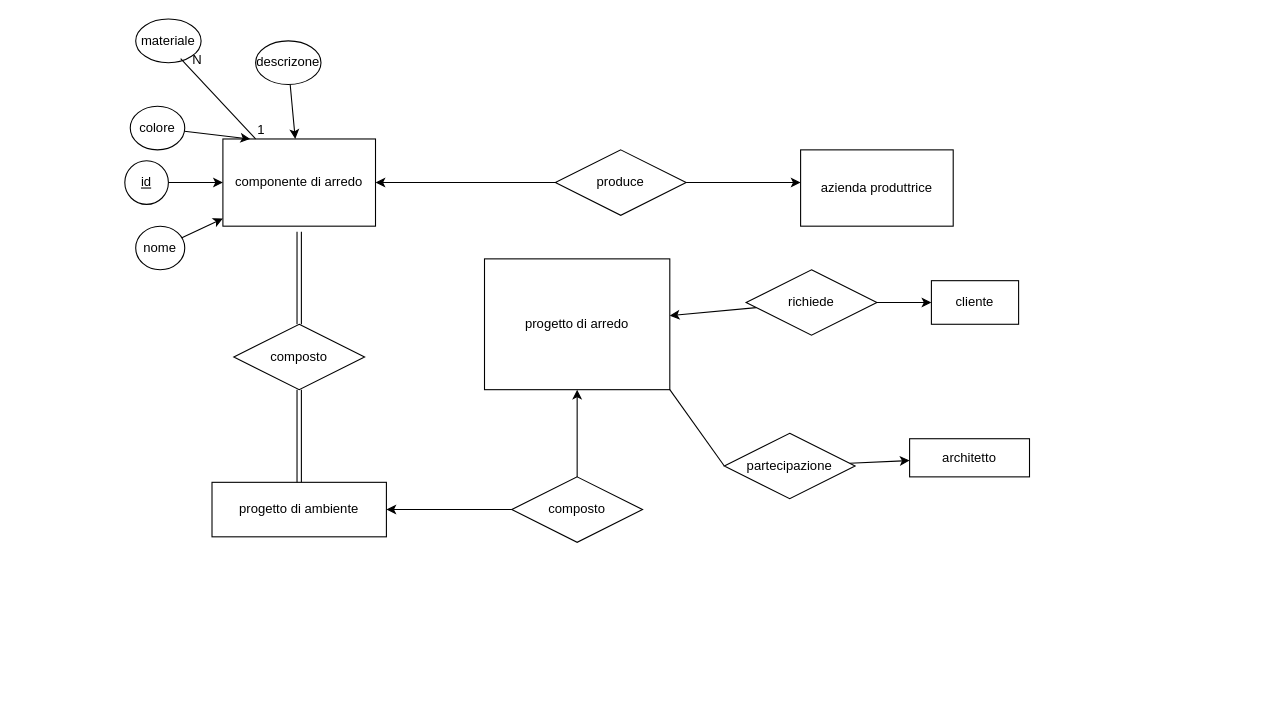
CristianoRoman/ProgettoBasi keeps this draw.io diagram as Untitled Diagram.drawio. Above is the earlier version. Source tidied: cells renumbered, new cells numbered last; positions are measured from the earlier drawing's top-left corner, leaving out a move shared by most shapes. Both pictures are drawn from the tidied source at 109%, with x=0, y=0 at pixel (26, 19).
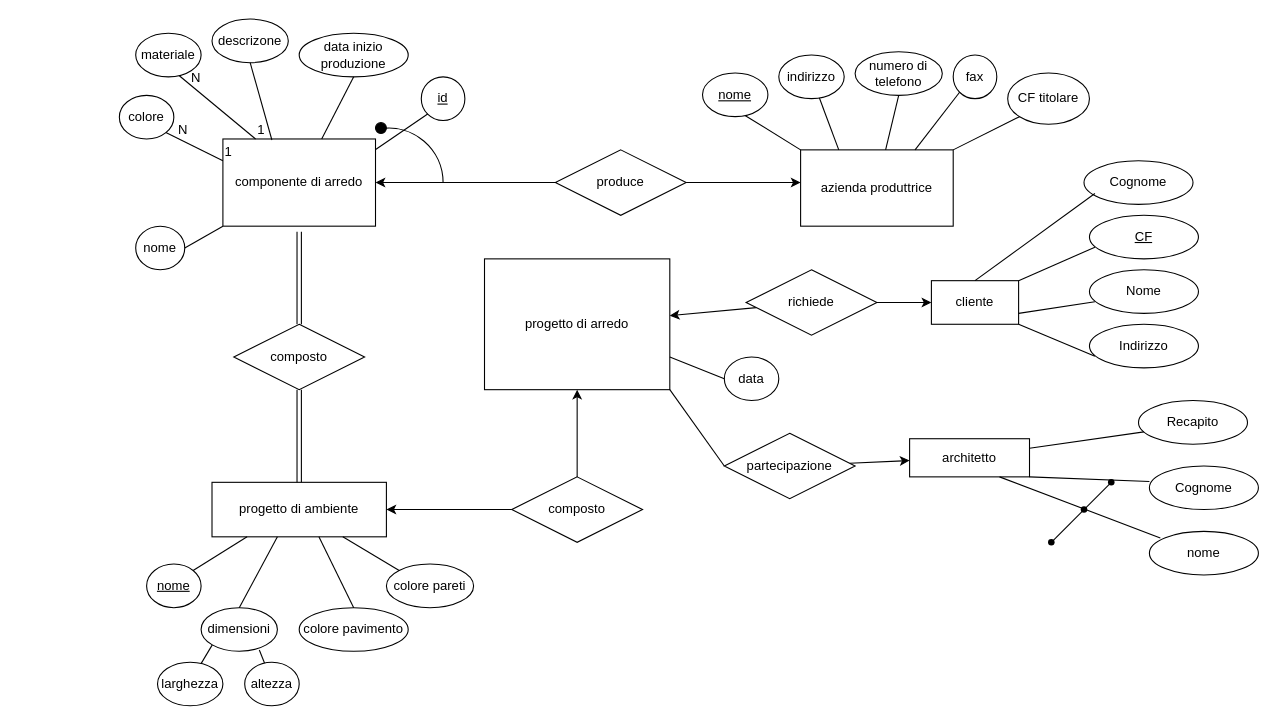
The same diagram, later.

The change refers to these unchanged cells:
```xml
<mxCell id="2" value="componente di arredo" style="whiteSpace=wrap;html=1;align=center;direction=west;" parent="1" vertex="1">
  <mxGeometry x="180" y="110" width="140" height="80" as="geometry" />
</mxCell>
<mxCell id="3" value="azienda produttrice" style="whiteSpace=wrap;html=1;align=center;" parent="1" vertex="1">
  <mxGeometry x="710" y="120" width="140" height="70" as="geometry" />
</mxCell>
<mxCell id="4" value="progetto di arredo" style="whiteSpace=wrap;html=1;align=center;" parent="1" vertex="1">
  <mxGeometry x="420" y="220" width="170" height="120" as="geometry" />
</mxCell>
<mxCell id="5" value="progetto di ambiente" style="whiteSpace=wrap;html=1;align=center;" parent="1" vertex="1">
  <mxGeometry x="170" y="425" width="160" height="50" as="geometry" />
</mxCell>
<mxCell id="6" value="cliente" style="whiteSpace=wrap;html=1;align=center;" parent="1" vertex="1">
  <mxGeometry x="830" y="240" width="80" height="40" as="geometry" />
</mxCell>
<mxCell id="7" value="architetto" style="whiteSpace=wrap;html=1;align=center;" parent="1" vertex="1">
  <mxGeometry x="810" y="385" width="110" height="35" as="geometry" />
</mxCell>
<mxCell id="32" value="nome" style="ellipse;whiteSpace=wrap;html=1;align=center;" parent="1" vertex="1">
  <mxGeometry x="100" y="190" width="45" height="40" as="geometry" />
</mxCell>
```

Change to the diagram source:
```diff
@@
     <mxCell id="25" style="edgeStyle=none;rounded=0;orthogonalLoop=1;jettySize=auto;html=1;exitX=0;exitY=0.5;exitDx=0;exitDy=0;" parent="1" edge="1">
       <mxGeometry relative="1" as="geometry">
-        <mxPoint y="100" as="sourcePoint" />
-        <mxPoint y="100" as="targetPoint" />
+        <mxPoint x="212" y="160" as="sourcePoint" />
+        <mxPoint x="212" y="160" as="targetPoint" />
       </mxGeometry>
     </mxCell>
-    <mxCell id="26" style="edgeStyle=none;rounded=0;jettySize=auto;html=1;entryX=0.821;entryY=1;entryDx=0;entryDy=0;entryPerimeter=0;" parent="1" edge="1" source="30" target="2">
-      <mxGeometry relative="1" as="geometry" />
-    </mxCell>
     <mxCell id="27" value="materiale" style="ellipse;whiteSpace=wrap;html=1;align=center;" parent="1" vertex="1">
-      <mxGeometry x="100" width="60" height="40" as="geometry" />
+      <mxGeometry x="100" y="13" width="60" height="40" as="geometry" />
     </mxCell>
-    <mxCell id="28" style="edgeStyle=none;rounded=0;jettySize=auto;html=1;" parent="1" edge="1" source="29" target="2">
-      <mxGeometry relative="1" as="geometry" />
-    </mxCell>
     <mxCell id="29" value="id" style="ellipse;whiteSpace=wrap;html=1;align=center;fontStyle=4;direction=west;" parent="1" vertex="1">
-      <mxGeometry x="90" y="130" width="40" height="40" as="geometry" />
+      <mxGeometry x="362" y="53" width="40" height="40" as="geometry" />
     </mxCell>
     <mxCell id="30" value="colore" style="ellipse;whiteSpace=wrap;html=1;align=center;" parent="1" vertex="1">
-      <mxGeometry x="95" y="80" width="50" height="40" as="geometry" />
+      <mxGeometry x="85" y="70" width="50" height="40" as="geometry" />
     </mxCell>
-    <mxCell id="31" style="edgeStyle=none;rounded=0;jettySize=auto;html=1;" parent="1" edge="1" source="32" target="2">
-      <mxGeometry relative="1" as="geometry" />
-    </mxCell>
@@
-    <mxCell id="33" style="edgeStyle=none;rounded=0;jettySize=auto;html=1;" parent="1" edge="1" source="34" target="2">
-      <mxGeometry relative="1" as="geometry" />
-    </mxCell>
     <mxCell id="34" value="descrizone" style="ellipse;whiteSpace=wrap;html=1;align=center;" parent="1" vertex="1">
-      <mxGeometry x="210" y="20" width="60" height="40" as="geometry" />
+      <mxGeometry x="170" width="70" height="40" as="geometry" />
     </mxCell>
-    <mxCell id="35" style="endArrow=none;html=1;rounded=0;entryX=0.687;entryY=0.908;entryDx=0;entryDy=0;entryPerimeter=0;" parent="1" edge="1" target="27">
+    <mxCell id="35" style="endArrow=none;html=1;rounded=0;entryX=0.667;entryY=0.975;entryDx=0;entryDy=0;entryPerimeter=0;" parent="1" edge="1" target="27">
       <mxGeometry relative="1" as="geometry">
         <mxPoint x="210" y="110" as="sourcePoint" />
       </mxGeometry>
     </mxCell>
@@
+    <mxCell id="38" value="nome" style="ellipse;whiteSpace=wrap;html=1;align=center;fontStyle=4;" parent="1" vertex="1">
+      <mxGeometry x="110" y="500" width="50" height="40" as="geometry" />
+    </mxCell>
+    <mxCell id="39" value="nome" style="ellipse;whiteSpace=wrap;html=1;align=center;" parent="1" vertex="1">
+      <mxGeometry x="1030" y="470" width="100" height="40" as="geometry" />
+    </mxCell>
+    <mxCell id="40" style="endArrow=none;html=1;rounded=0;entryX=1;entryY=0;entryDx=0;entryDy=0;" parent="1" edge="1" target="38">
+      <mxGeometry relative="1" as="geometry">
+        <mxPoint x="202.2" y="475" as="sourcePoint" />
+      </mxGeometry>
+    </mxCell>
+    <mxCell id="41" value="Recapito" style="ellipse;whiteSpace=wrap;html=1;align=center;" parent="1" vertex="1">
+      <mxGeometry x="1020" y="350" width="100" height="40" as="geometry" />
+    </mxCell>
+    <mxCell id="42" value="dimensioni" style="ellipse;whiteSpace=wrap;html=1;align=center;" parent="1" vertex="1">
+      <mxGeometry x="160" y="540" width="70" height="40" as="geometry" />
+    </mxCell>
+    <mxCell id="43" value="colore pavimento" style="ellipse;whiteSpace=wrap;html=1;align=center;" parent="1" vertex="1">
+      <mxGeometry x="250" y="540" width="100" height="40" as="geometry" />
+    </mxCell>
+    <mxCell id="44" value="Cognome" style="ellipse;whiteSpace=wrap;html=1;align=center;" parent="1" vertex="1">
+      <mxGeometry x="1030" y="410" width="100" height="40" as="geometry" />
+    </mxCell>
+    <mxCell id="45" style="endArrow=none;html=1;rounded=0;entryX=0.5;entryY=0;entryDx=0;entryDy=0;" parent="1" edge="1" target="42">
+      <mxGeometry relative="1" as="geometry">
+        <mxPoint x="230" y="475" as="sourcePoint" />
+      </mxGeometry>
+    </mxCell>
+    <mxCell id="46" style="endArrow=none;html=1;rounded=0;entryX=0.5;entryY=0;entryDx=0;entryDy=0;exitX=0.613;exitY=1;exitDx=0;exitDy=0;exitPerimeter=0;" parent="1" edge="1" source="5" target="43">
+      <mxGeometry relative="1" as="geometry" />
+    </mxCell>
+    <mxCell id="47" value="colore pareti" style="ellipse;whiteSpace=wrap;html=1;align=center;" parent="1" vertex="1">
+      <mxGeometry x="330" y="500" width="80" height="40" as="geometry" />
+    </mxCell>
+    <mxCell id="48" style="endArrow=none;html=1;rounded=0;entryX=0;entryY=0;entryDx=0;entryDy=0;exitX=0.75;exitY=1;exitDx=0;exitDy=0;" parent="1" edge="1" source="5" target="47">
+      <mxGeometry relative="1" as="geometry" />
+    </mxCell>
+    <mxCell id="33" style="endArrow=none;html=1;rounded=0;exitX=0.5;exitY=1;exitDx=0;exitDy=0;entryX=0.679;entryY=0.988;entryDx=0;entryDy=0;entryPerimeter=0;" parent="1" edge="1" source="34" target="2">
+      <mxGeometry relative="1" as="geometry" />
+    </mxCell>
+    <mxCell id="49" style="endArrow=none;html=1;rounded=0;startArrow=none;" parent="1" edge="1" source="53" target="51">
+      <mxGeometry relative="1" as="geometry" />
+    </mxCell>
+    <mxCell id="50" value="data inizio produzione" style="ellipse;whiteSpace=wrap;html=1;align=center;" parent="1" vertex="1">
+      <mxGeometry x="250" y="13" width="100" height="40" as="geometry" />
+    </mxCell>
+    <mxCell id="51" style="shape=waypoint;sketch=0;fillStyle=solid;size=6;points=[];fillColor=none;perimeter=centerPerimeter;snapToPoint=1;" parent="1" vertex="1">
+      <mxGeometry x="975" y="405" width="40" height="40" as="geometry" />
+    </mxCell>
+    <mxCell id="52" style="endArrow=none;html=1;rounded=0;exitX=0.5;exitY=1;exitDx=0;exitDy=0;" parent="1" edge="1" source="50" target="2">
+      <mxGeometry relative="1" as="geometry" />
+    </mxCell>
+    <mxCell id="53" style="shape=waypoint;sketch=0;fillStyle=solid;size=6;points=[];fillColor=none;perimeter=centerPerimeter;snapToPoint=1;" parent="1" vertex="1">
+      <mxGeometry x="950" y="430" width="40" height="40" as="geometry" />
+    </mxCell>
+    <mxCell id="31" style="endArrow=none;html=1;rounded=0;entryX=1;entryY=0;entryDx=0;entryDy=0;exitX=1;exitY=0.5;exitDx=0;exitDy=0;" parent="1" edge="1" source="32" target="2">
+      <mxGeometry relative="1" as="geometry" />
+    </mxCell>
+    <mxCell id="54" style="endArrow=none;html=1;rounded=0;startArrow=none;" parent="1" edge="1" source="55" target="53">
+      <mxGeometry relative="1" as="geometry" />
+    </mxCell>
+    <mxCell id="28" style="endArrow=none;html=1;rounded=0;entryX=-0.001;entryY=0.879;entryDx=0;entryDy=0;exitX=1;exitY=0;exitDx=0;exitDy=0;entryPerimeter=0;" parent="1" edge="1" source="29" target="2">
+      <mxGeometry relative="1" as="geometry" />
+    </mxCell>
+    <mxCell id="55" style="shape=waypoint;sketch=0;fillStyle=solid;size=6;points=[];fillColor=none;perimeter=centerPerimeter;snapToPoint=1;" parent="1" vertex="1">
+      <mxGeometry x="920" y="460" width="40" height="40" as="geometry" />
+    </mxCell>
+    <mxCell id="56" style="endArrow=none;html=1;rounded=0;entryX=1;entryY=1;entryDx=0;entryDy=0;" parent="1" edge="1" target="30">
+      <mxGeometry relative="1" as="geometry">
+        <mxPoint x="180" y="130" as="sourcePoint" />
+      </mxGeometry>
+    </mxCell>
+    <mxCell id="57" value="1" style="html=1;align=left;verticalAlign=bottom;" parent="56" vertex="1">
+      <mxGeometry x="-1" relative="1" as="geometry" />
+    </mxCell>
+    <mxCell id="58" value="N" style="html=1;align=right;verticalAlign=bottom;" parent="56" vertex="1">
+      <mxGeometry x="1" relative="1" as="geometry">
+        <mxPoint x="20" y="6" as="offset" />
+      </mxGeometry>
+    </mxCell>
+    <mxCell id="59" style="endArrow=none;html=1;rounded=0;" parent="1" edge="1" target="55">
+      <mxGeometry relative="1" as="geometry">
+        <mxPoint x="940" y="480" as="sourcePoint" />
+      </mxGeometry>
+    </mxCell>
+    <mxCell id="60" style="endArrow=none;html=1;rounded=0;exitX=0.656;exitY=0.979;exitDx=0;exitDy=0;entryX=0;entryY=0;entryDx=0;entryDy=0;exitPerimeter=0;" parent="1" edge="1" source="79" target="3">
+      <mxGeometry relative="1" as="geometry" />
+    </mxCell>
+    <mxCell id="61" value="CF" style="ellipse;whiteSpace=wrap;html=1;align=center;fontStyle=4;" parent="1" vertex="1">
+      <mxGeometry x="975" y="180" width="100" height="40" as="geometry" />
+    </mxCell>
+    <mxCell id="62" value="indirizzo" style="ellipse;whiteSpace=wrap;html=1;align=center;" parent="1" vertex="1">
+      <mxGeometry x="690" y="33" width="60" height="40" as="geometry" />
+    </mxCell>
+    <mxCell id="63" value="Nome" style="ellipse;whiteSpace=wrap;html=1;align=center;" parent="1" vertex="1">
+      <mxGeometry x="975" y="230" width="100" height="40" as="geometry" />
+    </mxCell>
+    <mxCell id="64" style="endArrow=none;html=1;rounded=0;entryX=0.25;entryY=0;entryDx=0;entryDy=0;" parent="1" edge="1" source="62" target="3">
+      <mxGeometry relative="1" as="geometry" />
+    </mxCell>
+    <mxCell id="65" value="Cognome" style="ellipse;whiteSpace=wrap;html=1;align=center;" parent="1" vertex="1">
+      <mxGeometry x="970" y="130" width="100" height="40" as="geometry" />
+    </mxCell>
+    <mxCell id="66" value="numero di telefono" style="ellipse;whiteSpace=wrap;html=1;align=center;" parent="1" vertex="1">
+      <mxGeometry x="760" y="30" width="80" height="40" as="geometry" />
+    </mxCell>
+    <mxCell id="67" value="Indirizzo" style="ellipse;whiteSpace=wrap;html=1;align=center;" parent="1" vertex="1">
+      <mxGeometry x="975" y="280" width="100" height="40" as="geometry" />
+    </mxCell>
+    <mxCell id="68" style="endArrow=none;html=1;rounded=0;exitX=0.5;exitY=0;exitDx=0;exitDy=0;" parent="1" edge="1" source="6">
+      <mxGeometry relative="1" as="geometry">
+        <mxPoint x="980" y="160" as="targetPoint" />
+      </mxGeometry>
+    </mxCell>
+    <mxCell id="69" style="endArrow=none;html=1;rounded=0;exitX=0.5;exitY=1;exitDx=0;exitDy=0;entryX=0.557;entryY=0;entryDx=0;entryDy=0;entryPerimeter=0;" parent="1" edge="1" source="66" target="3">
+      <mxGeometry relative="1" as="geometry" />
+    </mxCell>
+    <mxCell id="70" style="endArrow=none;html=1;rounded=0;exitX=1;exitY=0;exitDx=0;exitDy=0;" parent="1" edge="1" source="6">
+      <mxGeometry relative="1" as="geometry">
+        <mxPoint x="980" y="209.3" as="targetPoint" />
+      </mxGeometry>
+    </mxCell>
+    <mxCell id="71" value="fax" style="ellipse;whiteSpace=wrap;html=1;align=center;" parent="1" vertex="1">
+      <mxGeometry x="850" y="33" width="40" height="40" as="geometry" />
+    </mxCell>
+    <mxCell id="72" style="endArrow=none;html=1;rounded=0;" parent="1" edge="1">
+      <mxGeometry relative="1" as="geometry">
+        <mxPoint x="910" y="270" as="sourcePoint" />
+        <mxPoint x="980" y="259.3" as="targetPoint" />
+      </mxGeometry>
+    </mxCell>
+    <mxCell id="73" style="endArrow=none;html=1;rounded=0;entryX=0;entryY=1;entryDx=0;entryDy=0;exitX=0.75;exitY=0;exitDx=0;exitDy=0;" parent="1" edge="1" source="3" target="71">
+      <mxGeometry relative="1" as="geometry" />
+    </mxCell>
+    <mxCell id="74" style="endArrow=none;html=1;rounded=0;" parent="1" edge="1">
+      <mxGeometry relative="1" as="geometry">
+        <mxPoint x="910" y="280" as="sourcePoint" />
+        <mxPoint x="980" y="309.3" as="targetPoint" />
+      </mxGeometry>
+    </mxCell>
+    <mxCell id="75" value="CF titolare" style="ellipse;whiteSpace=wrap;html=1;align=center;" parent="1" vertex="1">
+      <mxGeometry x="900" y="49.5" width="75" height="47" as="geometry" />
+    </mxCell>
+    <mxCell id="76" style="endArrow=none;html=1;rounded=0;exitX=1;exitY=0.25;exitDx=0;exitDy=0;" parent="1" edge="1" source="7">
+      <mxGeometry relative="1" as="geometry">
+        <mxPoint x="1025" y="378.7" as="targetPoint" />
+      </mxGeometry>
+    </mxCell>
+    <mxCell id="77" style="endArrow=none;html=1;rounded=0;entryX=0;entryY=1;entryDx=0;entryDy=0;exitX=1;exitY=0;exitDx=0;exitDy=0;" parent="1" edge="1" source="3" target="75">
+      <mxGeometry relative="1" as="geometry" />
+    </mxCell>
+    <mxCell id="78" style="endArrow=none;html=1;rounded=0;exitX=1;exitY=1;exitDx=0;exitDy=0;" parent="1" edge="1" source="7">
+      <mxGeometry relative="1" as="geometry">
+        <mxPoint x="1030" y="424.3" as="targetPoint" />
+      </mxGeometry>
+    </mxCell>
+    <mxCell id="79" value="nome" style="ellipse;whiteSpace=wrap;html=1;align=center;fontStyle=4;" parent="1" vertex="1">
+      <mxGeometry x="620" y="49.5" width="60" height="40" as="geometry" />
+    </mxCell>
+    <mxCell id="80" style="endArrow=none;html=1;rounded=0;exitX=0.75;exitY=1;exitDx=0;exitDy=0;" parent="1" edge="1" source="7">
+      <mxGeometry relative="1" as="geometry">
+        <mxPoint x="1040" y="476" as="targetPoint" />
+      </mxGeometry>
+    </mxCell>
+    <mxCell id="81" value="data" style="ellipse;whiteSpace=wrap;html=1;align=center;" parent="1" vertex="1">
+      <mxGeometry x="640" y="310" width="50" height="40" as="geometry" />
+    </mxCell>
+    <mxCell id="82" style="endArrow=none;html=1;rounded=0;exitX=1;exitY=0.75;exitDx=0;exitDy=0;entryX=0;entryY=0.5;entryDx=0;entryDy=0;" parent="1" edge="1" source="4" target="81">
+      <mxGeometry relative="1" as="geometry" />
+    </mxCell>
+    <mxCell id="83" value="larghezza" style="ellipse;whiteSpace=wrap;html=1;align=center;" parent="1" vertex="1">
+      <mxGeometry x="120" y="590" width="60" height="40" as="geometry" />
+    </mxCell>
+    <mxCell id="84" style="endArrow=none;html=1;rounded=0;exitX=0.666;exitY=0.033;exitDx=0;exitDy=0;entryX=0;entryY=1;entryDx=0;entryDy=0;exitPerimeter=0;" parent="1" edge="1" source="83" target="42">
+      <mxGeometry relative="1" as="geometry" />
+    </mxCell>
+    <mxCell id="85" value="altezza" style="ellipse;whiteSpace=wrap;html=1;align=center;" parent="1" vertex="1">
+      <mxGeometry x="200" y="590" width="50" height="40" as="geometry" />
+    </mxCell>
+    <mxCell id="86" style="endArrow=none;html=1;rounded=0;entryX=0.763;entryY=0.972;entryDx=0;entryDy=0;entryPerimeter=0;" parent="1" edge="1" source="85" target="42">
+      <mxGeometry relative="1" as="geometry" />
+    </mxCell>
+    <mxCell id="87" style="verticalLabelPosition=bottom;verticalAlign=top;html=1;shape=mxgraph.basic.arc;startAngle=0.9758271561390367;endAngle=0.25;" parent="1" vertex="1">
+      <mxGeometry x="282" y="100" width="100" height="100" as="geometry" />
+    </mxCell>
+    <mxCell id="88" style="ellipse;whiteSpace=wrap;html=1;strokeColor=#000000;fillColor=#000000;" parent="1" vertex="1">
+      <mxGeometry x="320" y="95" width="10" height="10" as="geometry" />
+    </mxCell>
```
